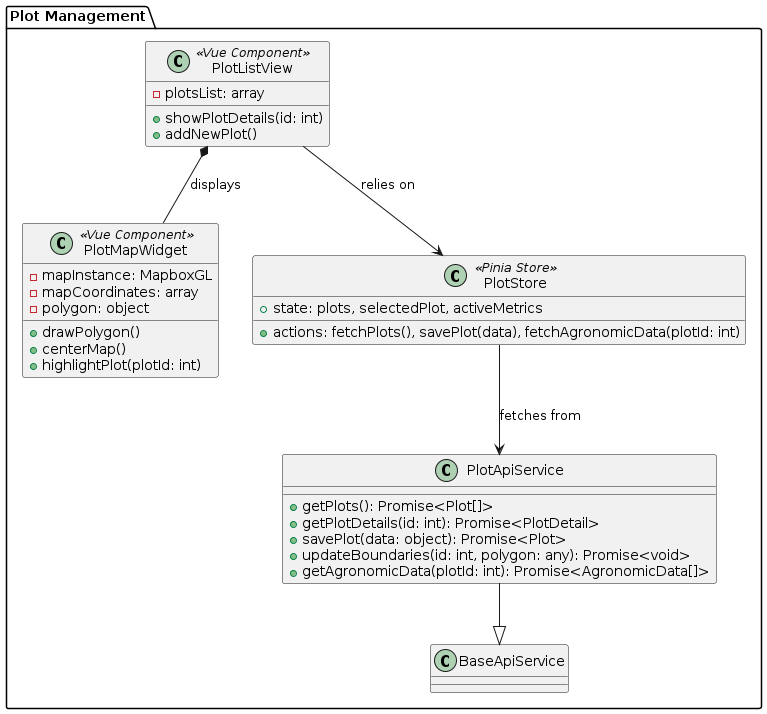
Before: report/assets/class-diagrams/plot-management-ui-component-diagram.png, a diagram exported from PlantUML (upc-pre-1asi0729-11848-arcadiadevs/viora-report).
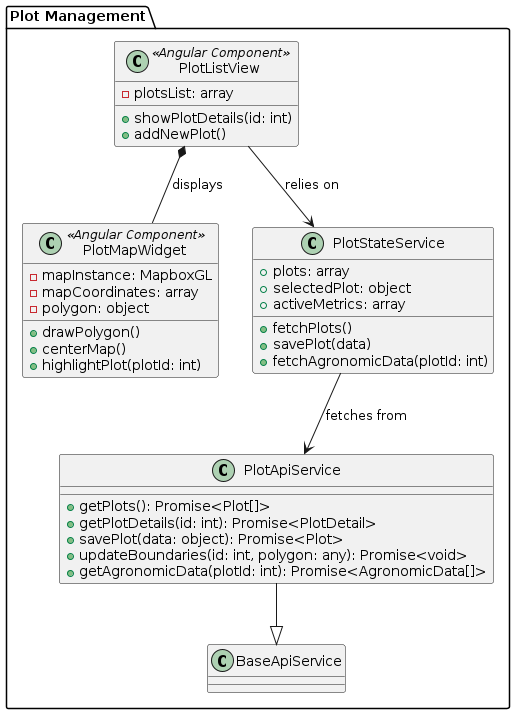
The same diagram one commit later.

Change to the diagram source:
```diff
@@ -1,12 +1,12 @@
 @startuml
 package "Plot Management" {
-    class PlotListView <<Vue Component>> {
+    class PlotListView <<Angular Component>> {
         - plotsList: array
         + showPlotDetails(id: int)
         + addNewPlot()
     }
 
-    class PlotMapWidget <<Vue Component>> {
+    class PlotMapWidget <<Angular Component>> {
         - mapInstance: MapboxGL
         - mapCoordinates: array
         - polygon: object
@@ -15,9 +15,13 @@
         + highlightPlot(plotId: int)
     }
 
-    class PlotStore <<Pinia Store>> {
-        + state: plots, selectedPlot, activeMetrics
-        + actions: fetchPlots(), savePlot(data), fetchAgronomicData(plotId: int)
+    class PlotStateService {
+        + plots: array
+        + selectedPlot: object
+        + activeMetrics: array
+        + fetchPlots()
+        + savePlot(data)
+        + fetchAgronomicData(plotId: int)
     }
 
     class PlotApiService {
@@ -30,7 +34,7 @@
 
     PlotApiService --|> BaseApiService
     PlotListView *-- PlotMapWidget : displays
-    PlotListView --> PlotStore : relies on
-    PlotStore --> PlotApiService : fetches from
+    PlotListView --> PlotStateService : relies on
+    PlotStateService --> PlotApiService : fetches from
 }
 @enduml
```
